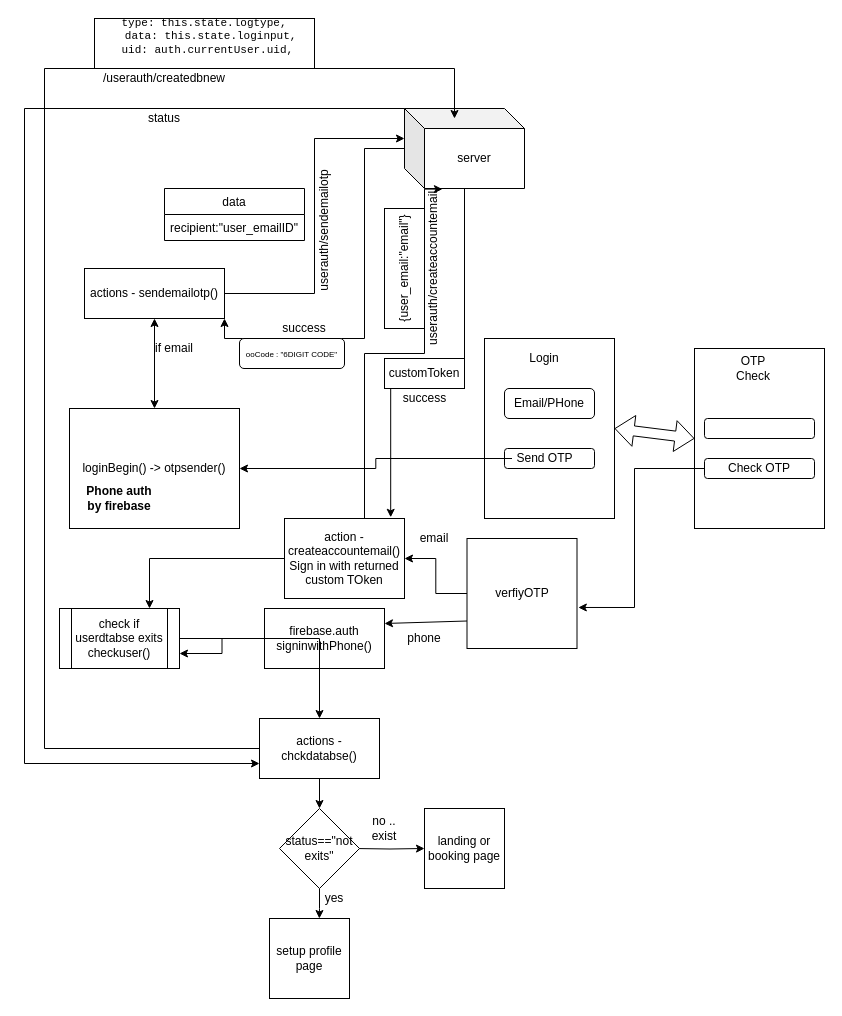
moonstoper/files keeps this draw.io diagram as loginClient.drawio. Above is the earlier version. Source tidied: cells renumbered, new cells numbered last; positions are measured from the earlier drawing's top-left corner, leaving out a move shared by most shapes. Both pictures are drawn from the tidied source at 100%, with x=0, y=0 at pixel (24, 18).
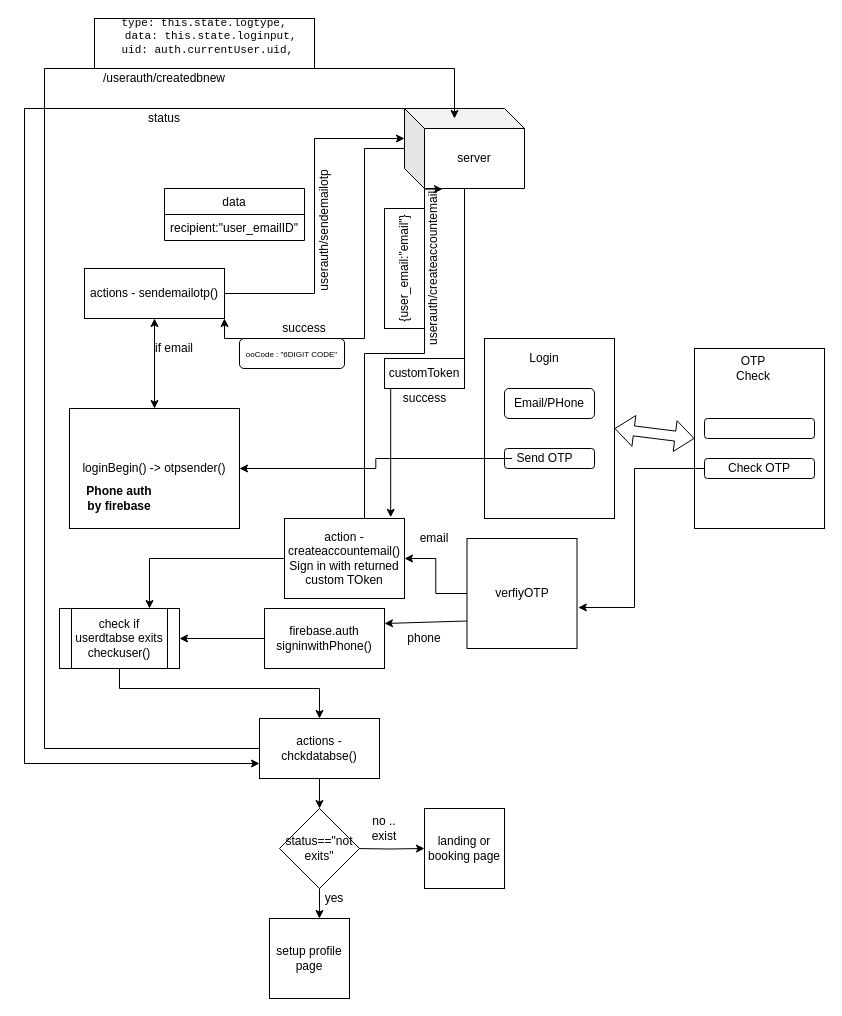
After the change.

The change refers to these unchanged cells:
```xml
<mxCell id="36" value="firebase.auth signinwithPhone()" style="rounded=0;whiteSpace=wrap;html=1;" parent="1" vertex="1">
  <mxGeometry x="240" y="590" width="120" height="60" as="geometry" />
</mxCell>
<mxCell id="44" value="check if userdtabse exits&lt;br&gt;checkuser()" style="shape=process;whiteSpace=wrap;html=1;backgroundOutline=1;" parent="1" vertex="1">
  <mxGeometry x="35" y="590" width="120" height="60" as="geometry" />
</mxCell>
<mxCell id="47" value="actions - chckdatabse()" style="rounded=0;whiteSpace=wrap;html=1;" parent="1" vertex="1">
  <mxGeometry x="235" y="700" width="120" height="60" as="geometry" />
</mxCell>
```

The edit, as a diff of the source:
```diff
@@
-    <mxCell id="35" style="edgeStyle=orthogonalEdgeStyle;rounded=0;jettySize=auto;html=1;entryX=1;entryY=0.75;entryDx=0;entryDy=0;" parent="1" edge="1" source="36" target="44">
+    <mxCell id="35" style="edgeStyle=orthogonalEdgeStyle;rounded=0;jettySize=auto;html=1;entryX=1;entryY=0.5;entryDx=0;entryDy=0;fontColor=#000000;" parent="1" edge="1" source="36" target="44">
       <mxGeometry relative="1" as="geometry" />
     </mxCell>
@@
     <mxCell id="43" style="edgeStyle=orthogonalEdgeStyle;rounded=0;jettySize=auto;html=1;entryX=0.5;entryY=0;entryDx=0;entryDy=0;" parent="1" edge="1" source="44" target="47">
-      <mxGeometry relative="1" as="geometry" />
+      <mxGeometry relative="1" as="geometry">
+        <Array as="points">
+          <mxPoint x="95" y="670" />
+          <mxPoint x="295" y="670" />
+        </Array>
+      </mxGeometry>
     </mxCell>
```
